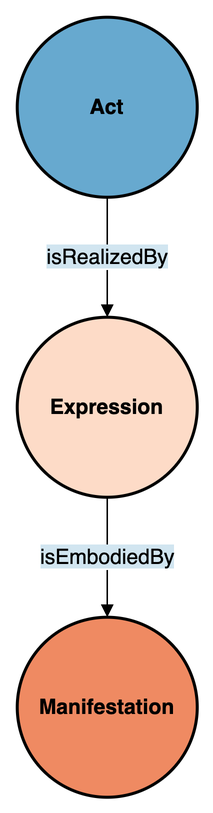
Earlier version of the draw.io export doc/img/oc_general.png (swiss/fedlex-jolux). Source tidied: cells renumbered, new cells last; positions are measured from the earlier drawing's top-left corner, leaving out a move shared by most shapes.
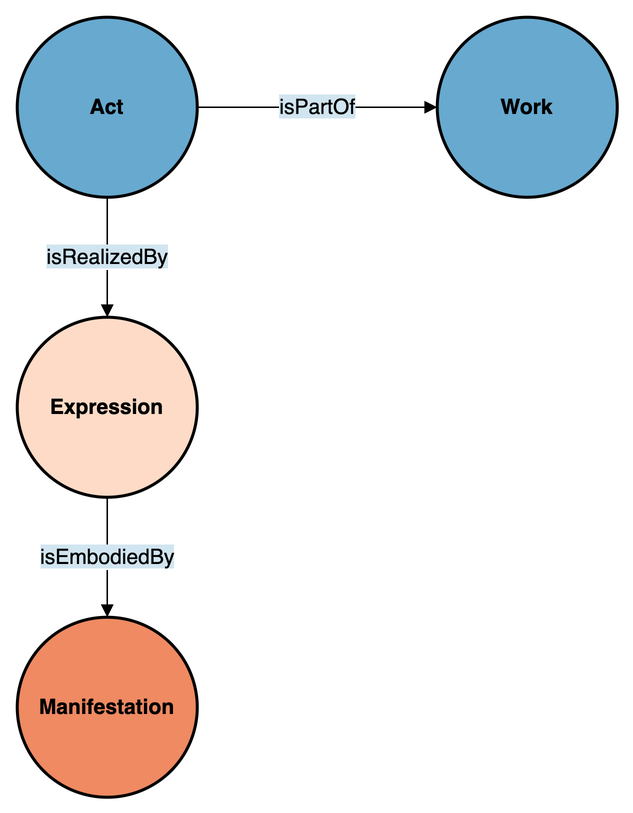
After the commit.

Commit message:
new oc_general fig

Change to the diagram source:
```diff
@@ -17,5 +17,11 @@
     <mxCell id="6" value="&lt;span style=&quot;background-color: rgb(209, 229, 240);&quot;&gt;isEmbodiedBy&lt;/span&gt;" style="endArrow=block;html=1;strokeColor=#000000;fontSize=14;fontColor=#000000;endFill=1;exitX=0.5;exitY=1;exitDx=0;exitDy=0;entryX=0.5;entryY=0;entryDx=0;entryDy=0;" parent="1" edge="1" source="4" target="5">
       <mxGeometry relative="1" as="geometry" />
     </mxCell>
+    <mxCell id="7" value="&lt;b&gt;Work&lt;br&gt;&lt;/b&gt;" style="ellipse;whiteSpace=wrap;html=1;rounded=0;shadow=0;glass=0;comic=0;strokeColor=#000000;strokeWidth=2;fillColor=#67A9CF;gradientColor=none;fontSize=14;fontColor=#000000;align=center;" parent="1" vertex="1">
+      <mxGeometry x="280" width="120" height="120" as="geometry" />
+    </mxCell>
+    <mxCell id="8" value="&lt;span style=&quot;background-color: rgb(209, 229, 240);&quot;&gt;isPartOf&lt;/span&gt;" style="endArrow=block;html=1;strokeColor=#000000;fontSize=14;fontColor=#000000;endFill=1;exitX=1;exitY=0.5;exitDx=0;exitDy=0;entryX=0;entryY=0.5;entryDx=0;entryDy=0;" parent="1" edge="1" source="2" target="7">
+      <mxGeometry relative="1" as="geometry" />
+    </mxCell>
   </root>
 </mxGraphModel>
```
